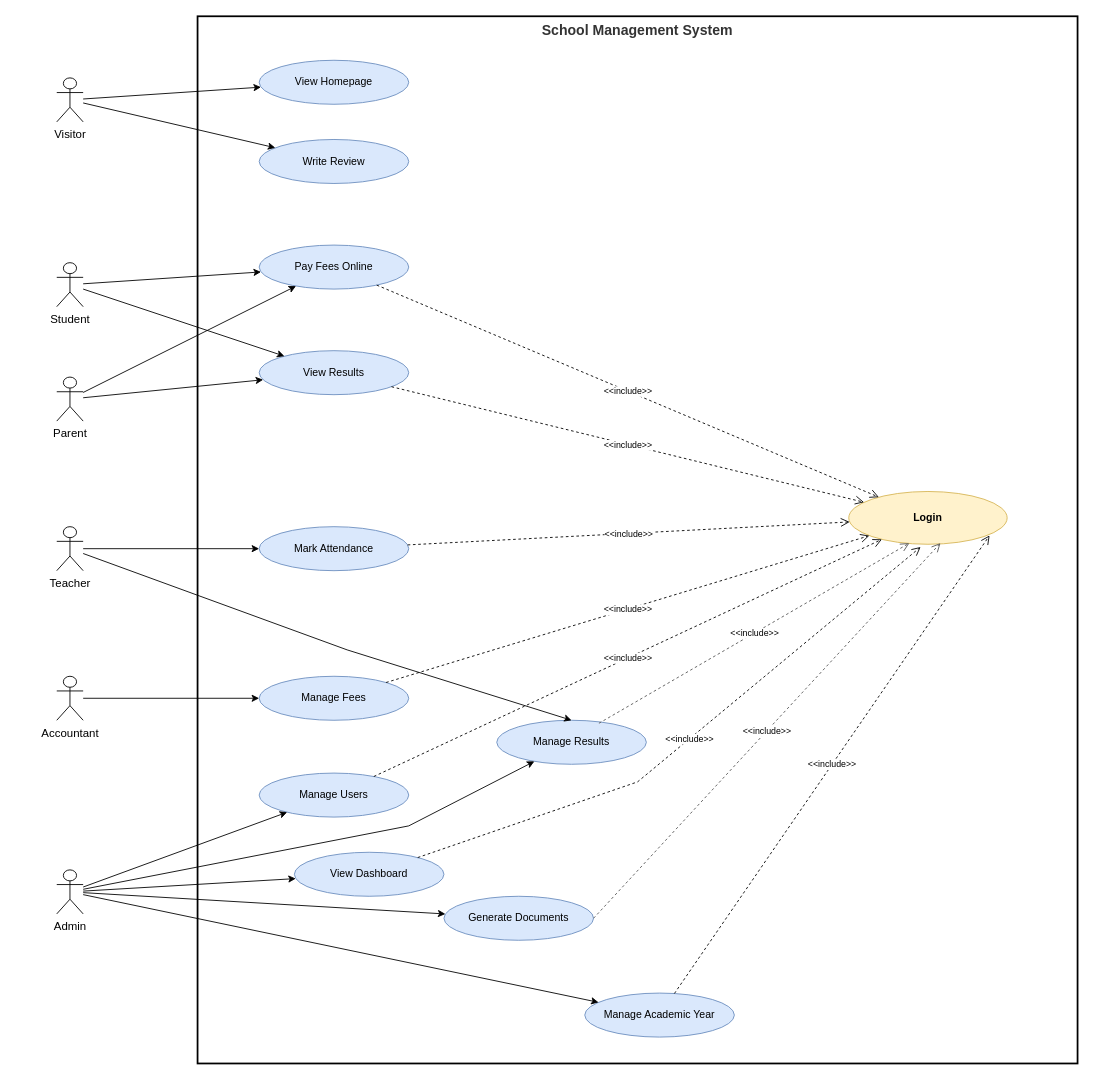
Above: design/use-case-diagram.drawio in blissed-out/cse_220_week_8 (draw.io), before the change. Source tidied: cells renumbered, new cells numbered last; positions are measured from the earlier drawing's top-left corner, leaving out a move shared by most shapes. Both pictures are drawn from the tidied source at 88%, with x=0, y=0 at pixel (56, 16).
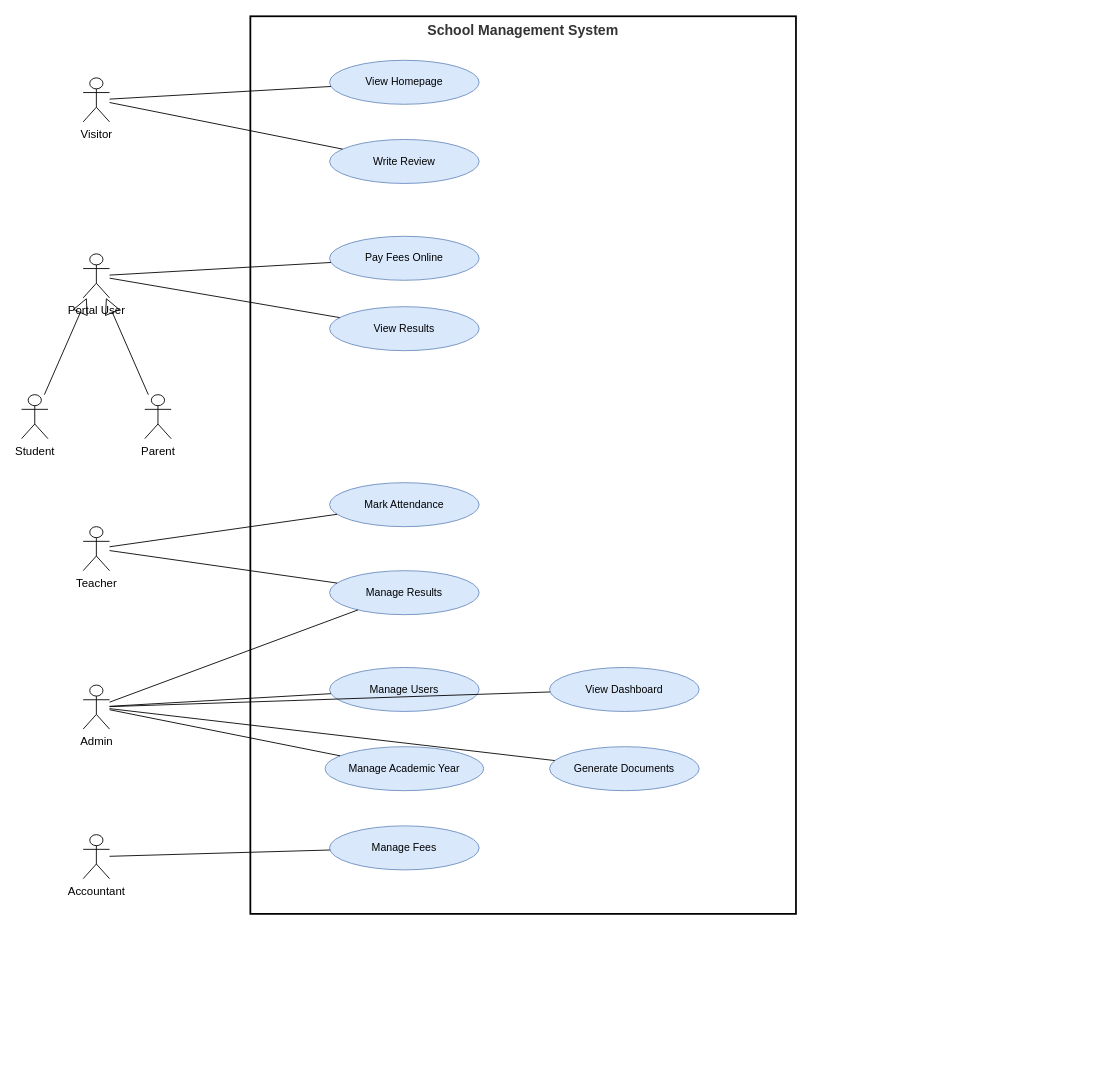
After the change.

Commit message (it also covers changes not shown here):
refactor(design): fix UML syntax in use case diagram with actor generalization

Diff of the diagram source:
```diff
@@
-    <mxCell id="2" value="School Management System" style="rounded=0;whiteSpace=wrap;html=1;fillColor=none;strokeColor=default;strokeWidth=2;verticalAlign=top;align=center;fontStyle=1;fontSize=16;fontColor=#333333;curved=0;" parent="1" vertex="1">
-      <mxGeometry x="160" width="1000" height="1190" as="geometry" />
+    <mxCell id="2" value="School Management System" style="rounded=0;whiteSpace=wrap;html=1;fillColor=none;strokeColor=default;strokeWidth=2;verticalAlign=top;align=center;fontStyle=1;fontSize=16;fontColor=#333333;" parent="1" vertex="1">
+      <mxGeometry x="220" width="620" height="1020" as="geometry" />
     </mxCell>
     <mxCell id="3" value="Visitor" style="shape=umlActor;verticalLabelPosition=bottom;verticalAlign=top;html=1;outlineConnect=0;fontSize=13;strokeColor=default;" parent="1" vertex="1">
-      <mxGeometry y="70" width="30" height="50" as="geometry" />
+      <mxGeometry x="30" y="70" width="30" height="50" as="geometry" />
     </mxCell>
+    <mxCell id="44" value="Portal User" style="shape=umlActor;verticalLabelPosition=bottom;verticalAlign=top;html=1;outlineConnect=0;fontSize=13;strokeColor=default;" parent="1" vertex="1">
+      <mxGeometry x="30" y="270" width="30" height="50" as="geometry" />
+    </mxCell>
     <mxCell id="4" value="Student" style="shape=umlActor;verticalLabelPosition=bottom;verticalAlign=top;html=1;outlineConnect=0;fontSize=13;strokeColor=default;" parent="1" vertex="1">
-      <mxGeometry y="280" width="30" height="50" as="geometry" />
+      <mxGeometry x="-40" y="430" width="30" height="50" as="geometry" />
     </mxCell>
     <mxCell id="5" value="Parent" style="shape=umlActor;verticalLabelPosition=bottom;verticalAlign=top;html=1;outlineConnect=0;fontSize=13;strokeColor=default;" parent="1" vertex="1">
-      <mxGeometry y="410" width="30" height="50" as="geometry" />
+      <mxGeometry x="100" y="430" width="30" height="50" as="geometry" />
     </mxCell>
     <mxCell id="6" value="Teacher" style="shape=umlActor;verticalLabelPosition=bottom;verticalAlign=top;html=1;outlineConnect=0;fontSize=13;strokeColor=default;" parent="1" vertex="1">
-      <mxGeometry y="580" width="30" height="50" as="geometry" />
+      <mxGeometry x="30" y="580" width="30" height="50" as="geometry" />
     </mxCell>
+    <mxCell id="8" value="Admin" style="shape=umlActor;verticalLabelPosition=bottom;verticalAlign=top;html=1;outlineConnect=0;fontSize=13;strokeColor=default;" parent="1" vertex="1">
+      <mxGeometry x="30" y="760" width="30" height="50" as="geometry" />
+    </mxCell>
     <mxCell id="7" value="Accountant" style="shape=umlActor;verticalLabelPosition=bottom;verticalAlign=top;html=1;outlineConnect=0;fontSize=13;strokeColor=default;" parent="1" vertex="1">
-      <mxGeometry y="750" width="30" height="50" as="geometry" />
+      <mxGeometry x="30" y="930" width="30" height="50" as="geometry" />
     </mxCell>
-    <mxCell id="8" value="Admin" style="shape=umlActor;verticalLabelPosition=bottom;verticalAlign=top;html=1;outlineConnect=0;fontSize=13;strokeColor=default;" parent="1" vertex="1">
-      <mxGeometry y="970" width="30" height="50" as="geometry" />
-    </mxCell>
     <mxCell id="9" value="View Homepage" style="ellipse;shape=ellipse;html=1;fillColor=#DAE8FC;strokeColor=#6C8EBF;fontSize=12;whiteSpace=wrap;" parent="1" vertex="1">
-      <mxGeometry x="230" y="50" width="170" height="50" as="geometry" />
+      <mxGeometry x="310" y="50" width="170" height="50" as="geometry" />
     </mxCell>
     <mxCell id="10" value="Write Review" style="ellipse;shape=ellipse;html=1;fillColor=#DAE8FC;strokeColor=#6C8EBF;fontSize=12;whiteSpace=wrap;" parent="1" vertex="1">
-      <mxGeometry x="230" y="140" width="170" height="50" as="geometry" />
+      <mxGeometry x="310" y="140" width="170" height="50" as="geometry" />
     </mxCell>
     <mxCell id="11" value="Pay Fees Online" style="ellipse;shape=ellipse;html=1;fillColor=#DAE8FC;strokeColor=#6C8EBF;fontSize=12;whiteSpace=wrap;" parent="1" vertex="1">
-      <mxGeometry x="230" y="260" width="170" height="50" as="geometry" />
+      <mxGeometry x="310" y="250" width="170" height="50" as="geometry" />
     </mxCell>
     <mxCell id="12" value="View Results" style="ellipse;shape=ellipse;html=1;fillColor=#DAE8FC;strokeColor=#6C8EBF;fontSize=12;whiteSpace=wrap;" parent="1" vertex="1">
-      <mxGeometry x="230" y="380" width="170" height="50" as="geometry" />
+      <mxGeometry x="310" y="330" width="170" height="50" as="geometry" />
     </mxCell>
     <mxCell id="13" value="Mark Attendance" style="ellipse;shape=ellipse;html=1;fillColor=#DAE8FC;strokeColor=#6C8EBF;fontSize=12;whiteSpace=wrap;" parent="1" vertex="1">
-      <mxGeometry x="230" y="580" width="170" height="50" as="geometry" />
+      <mxGeometry x="310" y="530" width="170" height="50" as="geometry" />
     </mxCell>
-    <mxCell id="14" value="Manage Fees" style="ellipse;shape=ellipse;html=1;fillColor=#DAE8FC;strokeColor=#6C8EBF;fontSize=12;whiteSpace=wrap;" parent="1" vertex="1">
-      <mxGeometry x="230" y="750" width="170" height="50" as="geometry" />
-    </mxCell>
+    <mxCell id="17" value="Manage Results" style="ellipse;shape=ellipse;html=1;fillColor=#DAE8FC;strokeColor=#6C8EBF;fontSize=12;whiteSpace=wrap;" parent="1" vertex="1">
+      <mxGeometry x="310" y="630" width="170" height="50" as="geometry" />
+    </mxCell>
     <mxCell id="15" value="Manage Users" style="ellipse;shape=ellipse;html=1;fillColor=#DAE8FC;strokeColor=#6C8EBF;fontSize=12;whiteSpace=wrap;" parent="1" vertex="1">
-      <mxGeometry x="230" y="860" width="170" height="50" as="geometry" />
+      <mxGeometry x="310" y="740" width="170" height="50" as="geometry" />
     </mxCell>
     <mxCell id="16" value="View Dashboard" style="ellipse;shape=ellipse;html=1;fillColor=#DAE8FC;strokeColor=#6C8EBF;fontSize=12;whiteSpace=wrap;" parent="1" vertex="1">
-      <mxGeometry x="270" y="950" width="170" height="50" as="geometry" />
+      <mxGeometry x="560" y="740" width="170" height="50" as="geometry" />
     </mxCell>
-    <mxCell id="17" value="Manage Results" style="ellipse;shape=ellipse;html=1;fillColor=#DAE8FC;strokeColor=#6C8EBF;fontSize=12;whiteSpace=wrap;" parent="1" vertex="1">
-      <mxGeometry x="500" y="800" width="170" height="50" as="geometry" />
-    </mxCell>
+    <mxCell id="19" value="Manage Academic Year" style="ellipse;shape=ellipse;html=1;fillColor=#DAE8FC;strokeColor=#6C8EBF;fontSize=12;whiteSpace=wrap;" parent="1" vertex="1">
+      <mxGeometry x="305" y="830" width="180" height="50" as="geometry" />
+    </mxCell>
     <mxCell id="18" value="Generate Documents" style="ellipse;shape=ellipse;html=1;fillColor=#DAE8FC;strokeColor=#6C8EBF;fontSize=12;whiteSpace=wrap;" parent="1" vertex="1">
-      <mxGeometry x="440" y="1000" width="170" height="50" as="geometry" />
+      <mxGeometry x="560" y="830" width="170" height="50" as="geometry" />
     </mxCell>
-    <mxCell id="19" value="Manage Academic Year" style="ellipse;shape=ellipse;html=1;fillColor=#DAE8FC;strokeColor=#6C8EBF;fontSize=12;whiteSpace=wrap;" parent="1" vertex="1">
-      <mxGeometry x="600" y="1110" width="170" height="50" as="geometry" />
-    </mxCell>
-    <mxCell id="20" value="Login" style="ellipse;shape=ellipse;html=1;fillColor=#FFF2CC;strokeColor=#D6B656;fontSize=12;fontStyle=1;whiteSpace=wrap;" parent="1" vertex="1">
-      <mxGeometry x="900" y="540" width="180" height="60" as="geometry" />
-    </mxCell>
+    <mxCell id="14" value="Manage Fees" style="ellipse;shape=ellipse;html=1;fillColor=#DAE8FC;strokeColor=#6C8EBF;fontSize=12;whiteSpace=wrap;" parent="1" vertex="1">
+      <mxGeometry x="310" y="920" width="170" height="50" as="geometry" />
+    </mxCell>
-    <mxCell id="21" style="rounded=0;jettySize=auto;html=1;strokeColor=default;curved=0;" parent="1" edge="1" source="3" target="9">
+    <mxCell id="21" style="rounded=0;jettySize=auto;html=1;endArrow=none;endFill=0;strokeColor=default;" parent="1" edge="1" source="3" target="9">
       <mxGeometry relative="1" as="geometry" />
     </mxCell>
-    <mxCell id="22" style="rounded=0;jettySize=auto;html=1;strokeColor=default;curved=0;" parent="1" edge="1" source="3" target="10">
+    <mxCell id="22" style="rounded=0;jettySize=auto;html=1;endArrow=none;endFill=0;strokeColor=default;" parent="1" edge="1" source="3" target="10">
       <mxGeometry relative="1" as="geometry" />
     </mxCell>
-    <mxCell id="23" style="rounded=0;jettySize=auto;html=1;strokeColor=default;curved=0;" parent="1" edge="1" source="4" target="11">
-      <mxGeometry relative="1" as="geometry" />
-    </mxCell>
-    <mxCell id="24" style="rounded=0;jettySize=auto;html=1;strokeColor=default;curved=0;" parent="1" edge="1" source="4" target="12">
-      <mxGeometry relative="1" as="geometry" />
-    </mxCell>
-    <mxCell id="25" style="rounded=0;jettySize=auto;html=1;strokeColor=default;curved=0;" parent="1" edge="1" source="5" target="11">
-      <mxGeometry relative="1" as="geometry" />
-    </mxCell>
-    <mxCell id="26" style="rounded=0;jettySize=auto;html=1;strokeColor=default;curved=0;" parent="1" edge="1" source="5" target="12">
-      <mxGeometry relative="1" as="geometry" />
-    </mxCell>
+    <mxCell id="45" style="rounded=0;jettySize=auto;html=1;endArrow=none;endFill=0;strokeColor=default;" parent="1" edge="1" source="44" target="11">
+      <mxGeometry relative="1" as="geometry" />
+    </mxCell>
+    <mxCell id="46" style="rounded=0;jettySize=auto;html=1;endArrow=none;endFill=0;strokeColor=default;" parent="1" edge="1" source="44" target="12">
+      <mxGeometry relative="1" as="geometry" />
+    </mxCell>
+    <mxCell id="47" style="rounded=0;jettySize=auto;html=1;endArrow=block;endFill=0;endSize=16;strokeColor=default;" parent="1" edge="1" source="4" target="44">
+      <mxGeometry relative="1" as="geometry" />
+    </mxCell>
+    <mxCell id="48" style="rounded=0;jettySize=auto;html=1;endArrow=block;endFill=0;endSize=16;strokeColor=default;" parent="1" edge="1" source="5" target="44">
+      <mxGeometry relative="1" as="geometry" />
+    </mxCell>
-    <mxCell id="27" style="rounded=0;jettySize=auto;html=1;strokeColor=default;curved=0;" parent="1" edge="1" source="6" target="13">
+    <mxCell id="27" style="rounded=0;jettySize=auto;html=1;endArrow=none;endFill=0;strokeColor=default;" parent="1" edge="1" source="6" target="13">
       <mxGeometry relative="1" as="geometry" />
     </mxCell>
-    <mxCell id="28" style="rounded=0;jettySize=auto;html=1;strokeColor=default;curved=0;entryX=0.5;entryY=0;entryDx=0;entryDy=0;" parent="1" edge="1" source="6" target="17">
-      <mxGeometry relative="1" as="geometry">
-        <Array as="points">
-          <mxPoint x="330" y="720" />
-        </Array>
-      </mxGeometry>
+    <mxCell id="28" style="rounded=0;jettySize=auto;html=1;endArrow=none;endFill=0;strokeColor=default;" parent="1" edge="1" source="6" target="17">
+      <mxGeometry relative="1" as="geometry" />
     </mxCell>
-    <mxCell id="29" style="rounded=0;jettySize=auto;html=1;strokeColor=default;curved=0;" parent="1" edge="1" source="7" target="14">
-      <mxGeometry relative="1" as="geometry" />
-    </mxCell>
-    <mxCell id="30" style="rounded=0;jettySize=auto;html=1;strokeColor=default;curved=0;" parent="1" edge="1" source="8" target="17">
-      <mxGeometry relative="1" as="geometry">
-        <Array as="points">
-          <mxPoint x="400" y="920" />
-        </Array>
-      </mxGeometry>
+    <mxCell id="30" style="rounded=0;jettySize=auto;html=1;endArrow=none;endFill=0;strokeColor=default;" parent="1" edge="1" source="8" target="17">
+      <mxGeometry relative="1" as="geometry" />
     </mxCell>
-    <mxCell id="31" style="rounded=0;jettySize=auto;html=1;strokeColor=default;curved=0;" parent="1" edge="1" source="8" target="15">
+    <mxCell id="31" style="rounded=0;jettySize=auto;html=1;endArrow=none;endFill=0;strokeColor=default;" parent="1" edge="1" source="8" target="15">
       <mxGeometry relative="1" as="geometry" />
     </mxCell>
-    <mxCell id="32" style="rounded=0;jettySize=auto;html=1;strokeColor=default;curved=0;" parent="1" edge="1" source="8" target="18">
-      <mxGeometry relative="1" as="geometry" />
-    </mxCell>
-    <mxCell id="33" style="rounded=0;jettySize=auto;html=1;strokeColor=default;curved=0;" parent="1" edge="1" source="8" target="16">
+    <mxCell id="33" style="rounded=0;jettySize=auto;html=1;endArrow=none;endFill=0;strokeColor=default;" parent="1" edge="1" source="8" target="16">
       <mxGeometry relative="1" as="geometry" />
     </mxCell>
-    <mxCell id="34" style="rounded=0;jettySize=auto;html=1;strokeColor=default;curved=0;" parent="1" edge="1" source="8" target="19">
+    <mxCell id="34" style="rounded=0;jettySize=auto;html=1;endArrow=none;endFill=0;strokeColor=default;" parent="1" edge="1" source="8" target="19">
       <mxGeometry relative="1" as="geometry" />
     </mxCell>
-    <mxCell id="35" value="&amp;lt;&amp;lt;include&amp;gt;&amp;gt;" style="dashed=1;endArrow=open;endSize=8;html=1;rounded=0;strokeColor=default;fontSize=10;labelBackgroundColor=#ffffff;curved=0;" parent="1" edge="1" source="11" target="20">
-      <mxGeometry relative="1" as="geometry" />
-    </mxCell>
-    <mxCell id="36" value="&amp;lt;&amp;lt;include&amp;gt;&amp;gt;" style="dashed=1;endArrow=open;endSize=8;html=1;rounded=0;strokeColor=default;fontSize=10;labelBackgroundColor=#ffffff;curved=0;" parent="1" edge="1" source="12" target="20">
-      <mxGeometry relative="1" as="geometry" />
-    </mxCell>
-    <mxCell id="37" value="&amp;lt;&amp;lt;include&amp;gt;&amp;gt;" style="dashed=1;endArrow=open;endSize=8;html=1;rounded=0;strokeColor=default;fontSize=10;labelBackgroundColor=#ffffff;curved=0;" parent="1" edge="1" source="13" target="20">
-      <mxGeometry relative="1" as="geometry" />
-    </mxCell>
-    <mxCell id="38" value="&amp;lt;&amp;lt;include&amp;gt;&amp;gt;" style="dashed=1;endArrow=open;endSize=8;html=1;rounded=0;strokeColor=default;fontSize=10;labelBackgroundColor=#ffffff;curved=0;" parent="1" edge="1" source="14" target="20">
-      <mxGeometry relative="1" as="geometry" />
-    </mxCell>
-    <mxCell id="39" value="&amp;lt;&amp;lt;include&amp;gt;&amp;gt;" style="dashed=1;endArrow=open;endSize=8;html=1;rounded=0;strokeColor=#555555;fontSize=10;labelBackgroundColor=#ffffff;exitX=0.683;exitY=0.068;entryX=0.383;entryY=0.978;entryDx=0;entryDy=0;entryPerimeter=0;exitDx=0;exitDy=0;exitPerimeter=0;" parent="1" edge="1" source="17" target="20">
-      <mxGeometry relative="1" as="geometry" />
-    </mxCell>
-    <mxCell id="40" value="&amp;lt;&amp;lt;include&amp;gt;&amp;gt;" style="dashed=1;endArrow=open;endSize=8;html=1;rounded=0;strokeColor=default;fontSize=10;labelBackgroundColor=#ffffff;curved=0;" parent="1" edge="1" source="15" target="20">
-      <mxGeometry relative="1" as="geometry" />
-    </mxCell>
-    <mxCell id="41" value="&amp;lt;&amp;lt;include&amp;gt;&amp;gt;" style="dashed=1;endArrow=open;endSize=8;html=1;rounded=0;strokeColor=#555555;fontSize=10;labelBackgroundColor=#ffffff;exitX=1;exitY=0.5;entryX=0.579;entryY=0.978;entryDx=0;entryDy=0;entryPerimeter=0;" parent="1" edge="1" source="18" target="20">
-      <mxGeometry relative="1" as="geometry" />
-    </mxCell>
-    <mxCell id="42" value="&amp;lt;&amp;lt;include&amp;gt;&amp;gt;" style="dashed=1;endArrow=open;endSize=8;html=1;rounded=0;strokeColor=default;fontSize=10;labelBackgroundColor=#ffffff;curved=0;entryX=0.454;entryY=1.051;entryDx=0;entryDy=0;entryPerimeter=0;" parent="1" edge="1" source="16" target="20">
-      <mxGeometry relative="1" as="geometry">
-        <Array as="points">
-          <mxPoint x="660" y="870" />
-        </Array>
-      </mxGeometry>
-    </mxCell>
-    <mxCell id="43" value="&amp;lt;&amp;lt;include&amp;gt;&amp;gt;" style="dashed=1;endArrow=open;endSize=8;html=1;rounded=0;strokeColor=default;fontSize=10;labelBackgroundColor=#ffffff;curved=0;entryX=0.889;entryY=0.833;entryDx=0;entryDy=0;entryPerimeter=0;" parent="1" edge="1" source="19" target="20">
-      <mxGeometry relative="1" as="geometry" />
-    </mxCell>
+    <mxCell id="32" style="rounded=0;jettySize=auto;html=1;endArrow=none;endFill=0;strokeColor=default;" parent="1" edge="1" source="8" target="18">
+      <mxGeometry relative="1" as="geometry" />
+    </mxCell>
+    <mxCell id="29" style="rounded=0;jettySize=auto;html=1;endArrow=none;endFill=0;strokeColor=default;" parent="1" edge="1" source="7" target="14">
+      <mxGeometry relative="1" as="geometry" />
+    </mxCell>
```
